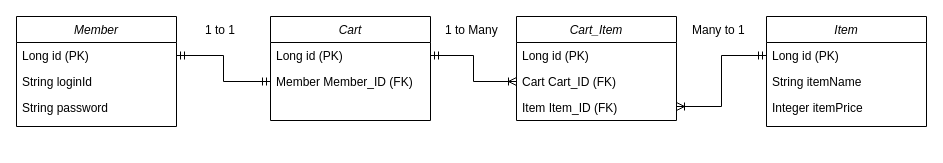
Above: memberBasketItem.drawio in SeolYoungKim/my_first_web_site (draw.io), before the change. Source tidied: cells renumbered, new cells numbered last; positions are measured from the earlier drawing's top-left corner, leaving out a move shared by most shapes. Both pictures are drawn from the tidied source at 100%, with x=0, y=0 at pixel (16, 16).
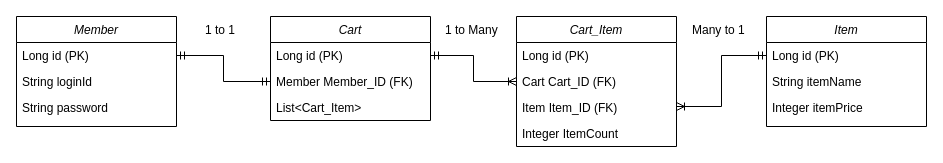
The same diagram, later.

Commit message:
Item Count 추가

The change refers to these unchanged cells:
```xml
<mxCell id="6" value="Cart" style="swimlane;fontStyle=2;align=center;verticalAlign=top;horizontal=1;startSize=26;rounded=0;shadow=0;strokeWidth=1;" parent="1" vertex="1">
  <mxGeometry x="254" width="160" height="104" as="geometry" />
</mxCell>
```

Diff of the diagram source:
```diff
@@
+    <mxCell id="23" value="List&lt;Cart_Item&gt; " style="text;align=left;verticalAlign=top;spacingLeft=4;spacingRight=4;overflow=hidden;" parent="6" vertex="1">
+      <mxGeometry y="78" width="160" height="26" as="geometry" />
+    </mxCell>
@@
     <mxCell id="16" value="Cart_Item" style="swimlane;fontStyle=2;align=center;verticalAlign=top;horizontal=1;startSize=26;rounded=0;shadow=0;strokeWidth=1;" parent="1" vertex="1">
-      <mxGeometry x="500" width="160" height="104" as="geometry" />
+      <mxGeometry x="500" width="160" height="130" as="geometry" />
     </mxCell>
@@
+    <mxCell id="24" value="Integer ItemCount" style="text;align=left;verticalAlign=top;spacingLeft=4;spacingRight=4;overflow=hidden;" parent="16" vertex="1">
+      <mxGeometry y="104" width="160" height="26" as="geometry" />
+    </mxCell>
```
